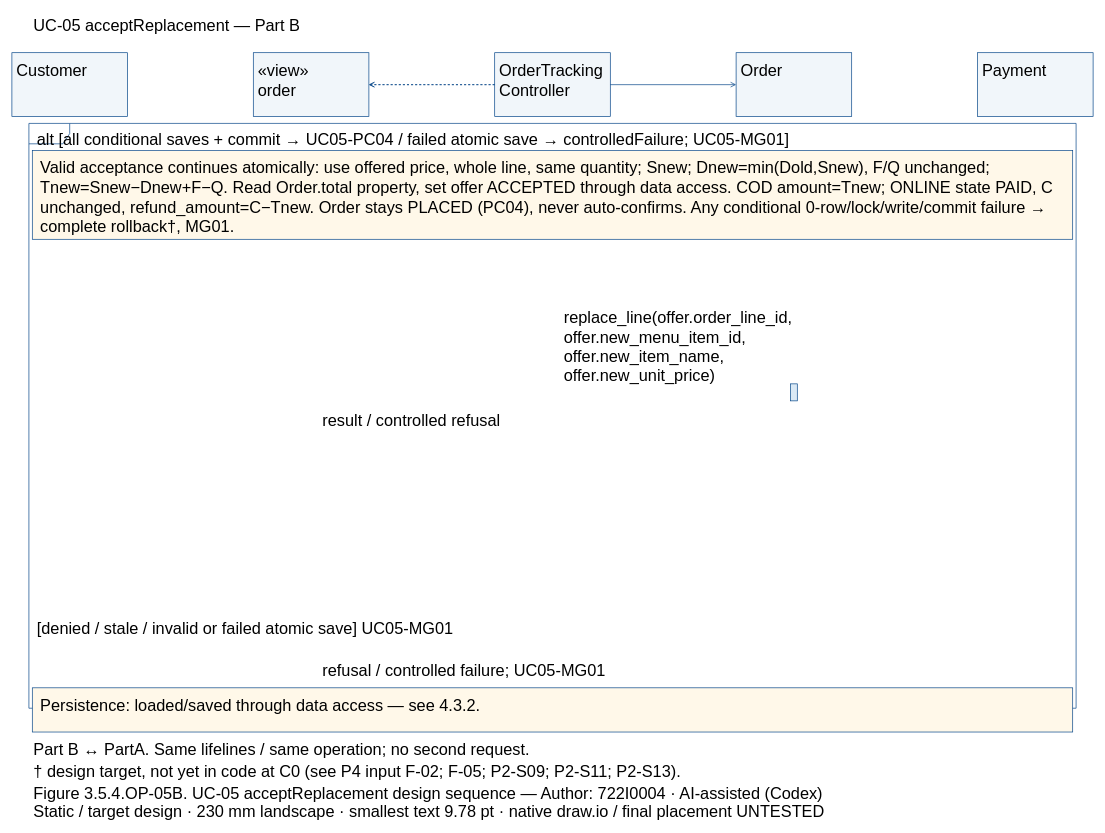
The draw.io diagram models/UC-05/seq_uc05_acceptReplacement_PartB.drawio in Dat071104/SaigonBite, before the edit. Source tidied: cells renumbered, new cells numbered last; positions are measured from the earlier drawing's top-left corner, leaving out a move shared by most shapes. Both pictures are drawn from the tidied source at 68%, with x=0, y=0 at pixel (12, 12).
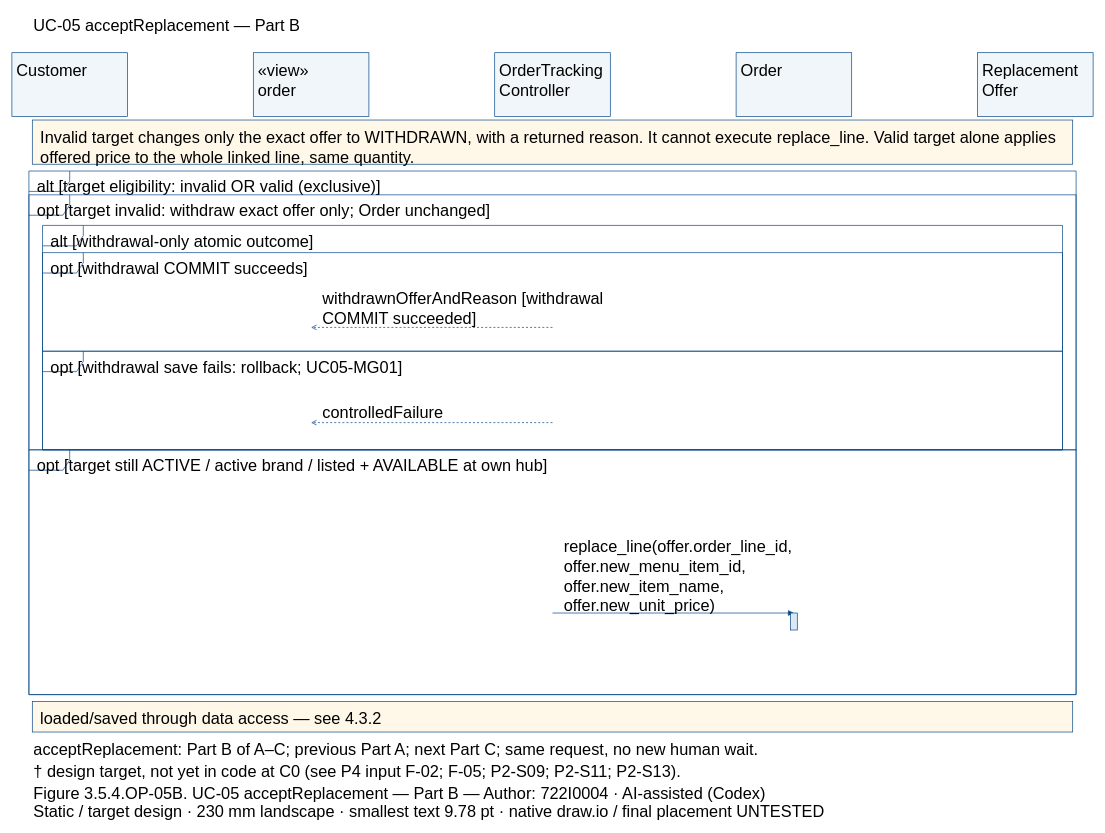
The same diagram, later.

Unchanged cells that the change refers to:
```xml
<mxCell id="5" style="fillColor=#F1F6FA;strokeColor=#004387;fontFamily=Arial;fontSize=24;whiteSpace=wrap;html=0;" parent="1" vertex="1">
  <mxGeometry x="355" y="60" width="170" height="94" as="geometry" />
</mxCell>
<mxCell id="7" style="fillColor=#F1F6FA;strokeColor=#004387;fontFamily=Arial;fontSize=24;whiteSpace=wrap;html=0;" parent="1" vertex="1">
  <mxGeometry x="710" y="60" width="170" height="94" as="geometry" />
</mxCell>
<mxCell id="9" style="fillColor=#F1F6FA;strokeColor=#004387;fontFamily=Arial;fontSize=24;whiteSpace=wrap;html=0;" parent="1" vertex="1">
  <mxGeometry x="1065" y="60" width="170" height="94" as="geometry" />
</mxCell>
```

Change to the diagram source:
```diff
@@
-    <mxCell id="12" value="Payment" style="text;align=left;verticalAlign=top;strokeColor=none;fillColor=none;fontFamily=Arial;fontSize=24;whiteSpace=wrap;html=0;" parent="1" vertex="1">
-      <mxGeometry x="1425" y="66" width="160" height="27.6" as="geometry" />
+    <mxCell id="12" value="Replacement&#10;Offer" style="text;align=left;verticalAlign=top;strokeColor=none;fillColor=none;fontFamily=Arial;fontSize=24;whiteSpace=wrap;html=0;" parent="1" vertex="1">
+      <mxGeometry x="1425" y="66" width="160" height="55.2" as="geometry" />
     </mxCell>
-    <mxCell id="13" style="fillColor=white;strokeColor=#004387;shape=umlFrame;fillColor=none;fontFamily=Arial;fontSize=24;whiteSpace=wrap;html=0;" parent="1" vertex="1">
-      <mxGeometry x="25" y="164" width="1540" height="860" as="geometry" />
-    </mxCell>
-    <mxCell id="14" value="alt [all conditional saves + commit → UC05-PC04 / failed atomic save → controlledFailure; UC05-MG01]" style="text;align=left;verticalAlign=top;strokeColor=none;fillColor=none;fontFamily=Arial;fontSize=24;whiteSpace=wrap;html=0;" parent="1" vertex="1">
-      <mxGeometry x="35" y="167" width="1520" height="27.6" as="geometry" />
-    </mxCell>
-    <mxCell id="15" value="[denied / stale / invalid or failed atomic save] UC05-MG01" style="text;align=left;verticalAlign=top;strokeColor=none;fillColor=none;fontFamily=Arial;fontSize=24;whiteSpace=wrap;html=0;" parent="1" vertex="1">
-      <mxGeometry x="35" y="887" width="1520" height="27.6" as="geometry" />
-    </mxCell>
-    <mxCell id="16" style="fillColor=#FFF8E9;strokeColor=#004387;fontFamily=Arial;fontSize=24;whiteSpace=wrap;html=0;" parent="1" vertex="1">
-      <mxGeometry x="30" y="204" width="1530" height="130.4" as="geometry" />
-    </mxCell>
-    <mxCell id="17" value="Valid acceptance continues atomically: use offered price, whole line, same quantity; Snew; Dnew=min(Dold,Snew), F/Q unchanged;&#10;Tnew=Snew−Dnew+F−Q. Read Order.total property, set offer ACCEPTED through data access. COD amount=Tnew; ONLINE state PAID, C&#10;unchanged, refund_amount=C−Tnew. Order stays PLACED (PC04), never auto-confirms. Any conditional 0-row/lock/write/commit failure →&#10;complete rollback†, MG01." style="text;align=left;verticalAlign=top;strokeColor=none;fillColor=none;fontFamily=Arial;fontSize=24;whiteSpace=wrap;html=0;" parent="1" vertex="1">
-      <mxGeometry x="40" y="209" width="1510" height="110.4" as="geometry" />
-    </mxCell>
-    <mxCell id="18" style="fillColor=#FFF8E9;strokeColor=#004387;fontFamily=Arial;fontSize=24;whiteSpace=wrap;html=0;" parent="1" vertex="1">
-      <mxGeometry x="30" y="994" width="1530" height="65" as="geometry" />
-    </mxCell>
-    <mxCell id="19" value="Persistence: loaded/saved through data access — see 4.3.2." style="text;align=left;verticalAlign=top;strokeColor=none;fillColor=none;fontFamily=Arial;fontSize=24;whiteSpace=wrap;html=0;" parent="1" vertex="1">
-      <mxGeometry x="40" y="999" width="1510" height="27.6" as="geometry" />
-    </mxCell>
-    <mxCell id="20" style="edgeStyle=none;endArrow=open;strokeColor=#004387;" parent="1" edge="1" source="7" target="9">
-      <mxGeometry relative="1" as="geometry" />
-    </mxCell>
+    <mxCell id="31" style="fillColor=white;strokeColor=#004387;shape=umlFrame;fillColor=none;fontFamily=Arial;fontSize=24;whiteSpace=wrap;html=0;" parent="1" vertex="1">
+      <mxGeometry x="25" y="234" width="1540" height="770" as="geometry" />
+    </mxCell>
+    <mxCell id="32" value="alt [target eligibility: invalid OR valid (exclusive)]" style="text;align=left;verticalAlign=top;strokeColor=none;fillColor=none;fontFamily=Arial;fontSize=24;whiteSpace=wrap;html=0;" parent="1" vertex="1">
+      <mxGeometry x="35" y="237" width="1520" height="27.6" as="geometry" />
+    </mxCell>
+    <mxCell id="33" style="fillColor=white;strokeColor=#004387;shape=umlFrame;fillColor=none;fontFamily=Arial;fontSize=24;whiteSpace=wrap;html=0;" parent="1" vertex="1">
+      <mxGeometry x="25" y="269" width="1540" height="375" as="geometry" />
+    </mxCell>
+    <mxCell id="34" value="opt [target invalid: withdraw exact offer only; Order unchanged]" style="text;align=left;verticalAlign=top;strokeColor=none;fillColor=none;fontFamily=Arial;fontSize=24;whiteSpace=wrap;html=0;" parent="1" vertex="1">
+      <mxGeometry x="35" y="272" width="1520" height="27.6" as="geometry" />
+    </mxCell>
+    <mxCell id="35" style="fillColor=white;strokeColor=#004387;shape=umlFrame;fillColor=none;fontFamily=Arial;fontSize=24;whiteSpace=wrap;html=0;" parent="1" vertex="1">
+      <mxGeometry x="45" y="314" width="1500" height="330" as="geometry" />
+    </mxCell>
+    <mxCell id="36" value="alt [withdrawal-only atomic outcome]" style="text;align=left;verticalAlign=top;strokeColor=none;fillColor=none;fontFamily=Arial;fontSize=24;whiteSpace=wrap;html=0;" parent="1" vertex="1">
+      <mxGeometry x="55" y="317" width="1480" height="27.6" as="geometry" />
+    </mxCell>
+    <mxCell id="37" style="fillColor=white;strokeColor=#004387;shape=umlFrame;fillColor=none;fontFamily=Arial;fontSize=24;whiteSpace=wrap;html=0;" parent="1" vertex="1">
+      <mxGeometry x="45" y="354" width="1500" height="145" as="geometry" />
+    </mxCell>
+    <mxCell id="38" value="opt [withdrawal COMMIT succeeds]" style="text;align=left;verticalAlign=top;strokeColor=none;fillColor=none;fontFamily=Arial;fontSize=24;whiteSpace=wrap;html=0;" parent="1" vertex="1">
+      <mxGeometry x="55" y="357" width="1480" height="27.6" as="geometry" />
+    </mxCell>
+    <mxCell id="39" style="fillColor=white;strokeColor=#004387;shape=umlFrame;fillColor=none;fontFamily=Arial;fontSize=24;whiteSpace=wrap;html=0;" parent="1" vertex="1">
+      <mxGeometry x="45" y="499" width="1500" height="145" as="geometry" />
+    </mxCell>
+    <mxCell id="40" value="opt [withdrawal save fails: rollback; UC05-MG01]" style="text;align=left;verticalAlign=top;strokeColor=none;fillColor=none;fontFamily=Arial;fontSize=24;whiteSpace=wrap;html=0;" parent="1" vertex="1">
+      <mxGeometry x="55" y="502" width="1480" height="27.6" as="geometry" />
+    </mxCell>
+    <mxCell id="41" style="fillColor=white;strokeColor=#004387;shape=umlFrame;fillColor=none;fontFamily=Arial;fontSize=24;whiteSpace=wrap;html=0;" parent="1" vertex="1">
+      <mxGeometry x="25" y="644" width="1540" height="360" as="geometry" />
+    </mxCell>
+    <mxCell id="42" value="opt [target still ACTIVE / active brand / listed + AVAILABLE at own hub]" style="text;align=left;verticalAlign=top;strokeColor=none;fillColor=none;fontFamily=Arial;fontSize=24;whiteSpace=wrap;html=0;" parent="1" vertex="1">
+      <mxGeometry x="35" y="647" width="1520" height="27.6" as="geometry" />
+    </mxCell>
+    <mxCell id="43" style="fillColor=#FFF8E9;strokeColor=#004387;fontFamily=Arial;fontSize=24;whiteSpace=wrap;html=0;" parent="1" vertex="1">
+      <mxGeometry x="30" y="159" width="1530" height="65" as="geometry" />
+    </mxCell>
+    <mxCell id="26" value="Invalid target changes only the exact offer to WITHDRAWN, with a returned reason. It cannot execute replace_line. Valid target alone applies&#10;offered price to the whole linked line, same quantity." style="text;align=left;verticalAlign=top;strokeColor=none;fillColor=none;fontFamily=Arial;fontSize=24;whiteSpace=wrap;html=0;" parent="1" vertex="1">
+      <mxGeometry x="40" y="164" width="1510" height="55.2" as="geometry" />
+    </mxCell>
+    <mxCell id="44" style="fillColor=#FFF8E9;strokeColor=#004387;fontFamily=Arial;fontSize=24;whiteSpace=wrap;html=0;" parent="1" vertex="1">
+      <mxGeometry x="30" y="1014" width="1530" height="45" as="geometry" />
+    </mxCell>
+    <mxCell id="28" value="loaded/saved through data access — see 4.3.2" style="text;align=left;verticalAlign=top;strokeColor=none;fillColor=none;fontFamily=Arial;fontSize=24;whiteSpace=wrap;html=0;" parent="1" vertex="1">
+      <mxGeometry x="40" y="1019" width="1510" height="27.6" as="geometry" />
+    </mxCell>
+    <mxCell id="45" style="opacity=0;strokeColor=none;fillColor=none;fontFamily=Arial;fontSize=24;whiteSpace=wrap;html=0;" parent="1" vertex="1">
+      <mxGeometry x="794.5" y="463.5" width="1" height="1" as="geometry" />
+    </mxCell>
+    <mxCell id="46" style="opacity=0;strokeColor=none;fillColor=none;fontFamily=Arial;fontSize=24;whiteSpace=wrap;html=0;" parent="1" vertex="1">
+      <mxGeometry x="439.5" y="463.5" width="1" height="1" as="geometry" />
+    </mxCell>
+    <mxCell id="47" style="edgeStyle=none;endArrow=open;endFill=0;dashed=1;strokeColor=#004387;exitX=0.5;exitY=0.5;exitPerimeter=0;entryX=0.5;entryY=0.5;entryPerimeter=0;" parent="1" edge="1" source="45" target="46">
+      <mxGeometry relative="1" as="geometry" />
+    </mxCell>
+    <mxCell id="48" value="withdrawnOfferAndReason [withdrawal&#10;COMMIT succeeded]" style="text;align=left;verticalAlign=top;strokeColor=none;fillColor=none;fontFamily=Arial;fontSize=24;whiteSpace=wrap;html=0;" parent="1" vertex="1">
+      <mxGeometry x="455" y="400.8" width="420" height="55.2" as="geometry" />
+    </mxCell>
+    <mxCell id="49" style="opacity=0;strokeColor=none;fillColor=none;fontFamily=Arial;fontSize=24;whiteSpace=wrap;html=0;" parent="1" vertex="1">
+      <mxGeometry x="794.5" y="603.5" width="1" height="1" as="geometry" />
+    </mxCell>
+    <mxCell id="50" style="opacity=0;strokeColor=none;fillColor=none;fontFamily=Arial;fontSize=24;whiteSpace=wrap;html=0;" parent="1" vertex="1">
+      <mxGeometry x="439.5" y="603.5" width="1" height="1" as="geometry" />
+    </mxCell>
+    <mxCell id="51" style="edgeStyle=none;endArrow=open;endFill=0;dashed=1;strokeColor=#004387;exitX=0.5;exitY=0.5;exitPerimeter=0;entryX=0.5;entryY=0.5;entryPerimeter=0;" parent="1" edge="1" source="49" target="50">
+      <mxGeometry relative="1" as="geometry" />
+    </mxCell>
+    <mxCell id="52" value="controlledFailure" style="text;align=left;verticalAlign=top;strokeColor=none;fillColor=none;fontFamily=Arial;fontSize=24;whiteSpace=wrap;html=0;" parent="1" vertex="1">
+      <mxGeometry x="455" y="568.4" width="420" height="27.6" as="geometry" />
+    </mxCell>
+    <mxCell id="53" style="opacity=0;strokeColor=none;fillColor=none;fontFamily=Arial;fontSize=24;whiteSpace=wrap;html=0;" parent="1" vertex="1">
+      <mxGeometry x="794.5" y="883.5" width="1" height="1" as="geometry" />
+    </mxCell>
+    <mxCell id="54" style="opacity=0;strokeColor=none;fillColor=none;fontFamily=Arial;fontSize=24;whiteSpace=wrap;html=0;" parent="1" vertex="1">
+      <mxGeometry x="1149.5" y="883.5" width="1" height="1" as="geometry" />
+    </mxCell>
+    <mxCell id="55" style="edgeStyle=none;endArrow=block;endFill=1;strokeColor=#004387;exitX=0.5;exitY=0.5;exitPerimeter=0;entryX=0.5;entryY=0.5;entryPerimeter=0;" parent="1" edge="1" source="53" target="54">
+      <mxGeometry relative="1" as="geometry" />
+    </mxCell>
     <mxCell id="21" value="replace_line(offer.order_line_id,&#10;offer.new_menu_item_id,&#10;offer.new_item_name,&#10;offer.new_unit_price)" style="text;align=left;verticalAlign=top;strokeColor=none;fillColor=none;fontFamily=Arial;fontSize=24;whiteSpace=wrap;html=0;" parent="1" vertex="1">
-      <mxGeometry x="810" y="428.6" width="420" height="110.4" as="geometry" />
+      <mxGeometry x="810" y="765.6" width="420" height="110.4" as="geometry" />
     </mxCell>
-    <mxCell id="22" style="fillColor=#DAE9F5;strokeColor=#004387;fontFamily=Arial;fontSize=24;whiteSpace=wrap;html=0;" parent="1" vertex="1">
-      <mxGeometry x="1145" y="547" width="10" height="25" as="geometry" />
-    </mxCell>
-    <mxCell id="23" style="edgeStyle=none;endArrow=open;dashed=1;strokeColor=#004387;" parent="1" edge="1" source="7" target="5">
-      <mxGeometry relative="1" as="geometry" />
-    </mxCell>
-    <mxCell id="24" value="result / controlled refusal" style="text;align=left;verticalAlign=top;strokeColor=none;fillColor=none;fontFamily=Arial;fontSize=24;whiteSpace=wrap;html=0;" parent="1" vertex="1">
-      <mxGeometry x="455" y="581.4" width="420" height="27.6" as="geometry" />
-    </mxCell>
-    <mxCell id="25" style="edgeStyle=none;endArrow=open;dashed=1;strokeColor=#004387;" parent="1" edge="1" source="7" target="5">
-      <mxGeometry relative="1" as="geometry" />
-    </mxCell>
-    <mxCell id="26" value="refusal / controlled failure; UC05-MG01" style="text;align=left;verticalAlign=top;strokeColor=none;fillColor=none;fontFamily=Arial;fontSize=24;whiteSpace=wrap;html=0;" parent="1" vertex="1">
-      <mxGeometry x="455" y="948.4" width="420" height="27.6" as="geometry" />
-    </mxCell>
-    <mxCell id="27" value="Part B ↔ PartA. Same lifelines / same operation; no second request." style="text;align=left;verticalAlign=top;strokeColor=none;fillColor=none;fontFamily=Arial;fontSize=24;whiteSpace=wrap;html=0;" parent="1" vertex="1">
-      <mxGeometry x="30" y="1064" width="1530" height="27.6" as="geometry" />
-    </mxCell>
-    <mxCell id="28" value="† design target, not yet in code at C0 (see P4 input F-02; F-05; P2-S09; P2-S11; P2-S13)." style="text;align=left;verticalAlign=top;strokeColor=none;fillColor=none;fontFamily=Arial;fontSize=24;whiteSpace=wrap;html=0;" parent="1" vertex="1">
-      <mxGeometry x="30" y="1096" width="1530" height="27.6" as="geometry" />
-    </mxCell>
-    <mxCell id="29" value="Figure 3.5.4.OP-05B. UC-05 acceptReplacement design sequence — Author: 722I0004 · AI-assisted (Codex)" style="text;align=left;verticalAlign=top;strokeColor=none;fillColor=none;fontFamily=Arial;fontSize=24;whiteSpace=wrap;html=0;" parent="1" vertex="1">
-      <mxGeometry x="30" y="1129" width="1530" height="27.6" as="geometry" />
-    </mxCell>
+    <mxCell id="56" style="fillColor=#DAE9F5;strokeColor=#004387;fontFamily=Arial;fontSize=24;whiteSpace=wrap;html=0;" parent="1" vertex="1">
+      <mxGeometry x="1145" y="884" width="10" height="25" as="geometry" />
+    </mxCell>
+    <mxCell id="57" value="acceptReplacement: Part B of A–C; previous Part A; next Part C; same request, no new human wait." style="text;align=left;verticalAlign=top;strokeColor=none;fillColor=none;fontFamily=Arial;fontSize=24;whiteSpace=wrap;html=0;" parent="1" vertex="1">
+      <mxGeometry x="30" y="1064" width="1530" height="27.6" as="geometry" />
+    </mxCell>
+    <mxCell id="58" value="† design target, not yet in code at C0 (see P4 input F-02; F-05; P2-S09; P2-S11; P2-S13)." style="text;align=left;verticalAlign=top;strokeColor=none;fillColor=none;fontFamily=Arial;fontSize=24;whiteSpace=wrap;html=0;" parent="1" vertex="1">
+      <mxGeometry x="30" y="1096" width="1530" height="27.6" as="geometry" />
+    </mxCell>
+    <mxCell id="59" value="Figure 3.5.4.OP-05B. UC-05 acceptReplacement — Part B — Author: 722I0004 · AI-assisted (Codex)" style="text;align=left;verticalAlign=top;strokeColor=none;fillColor=none;fontFamily=Arial;fontSize=24;whiteSpace=wrap;html=0;" parent="1" vertex="1">
+      <mxGeometry x="30" y="1129" width="1530" height="27.6" as="geometry" />
+    </mxCell>
```
